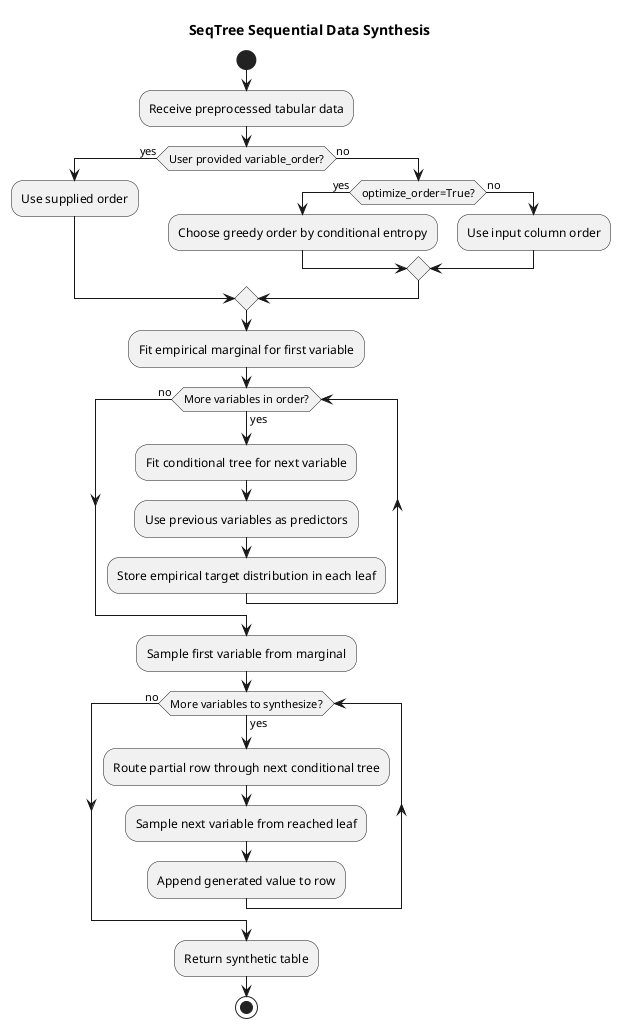
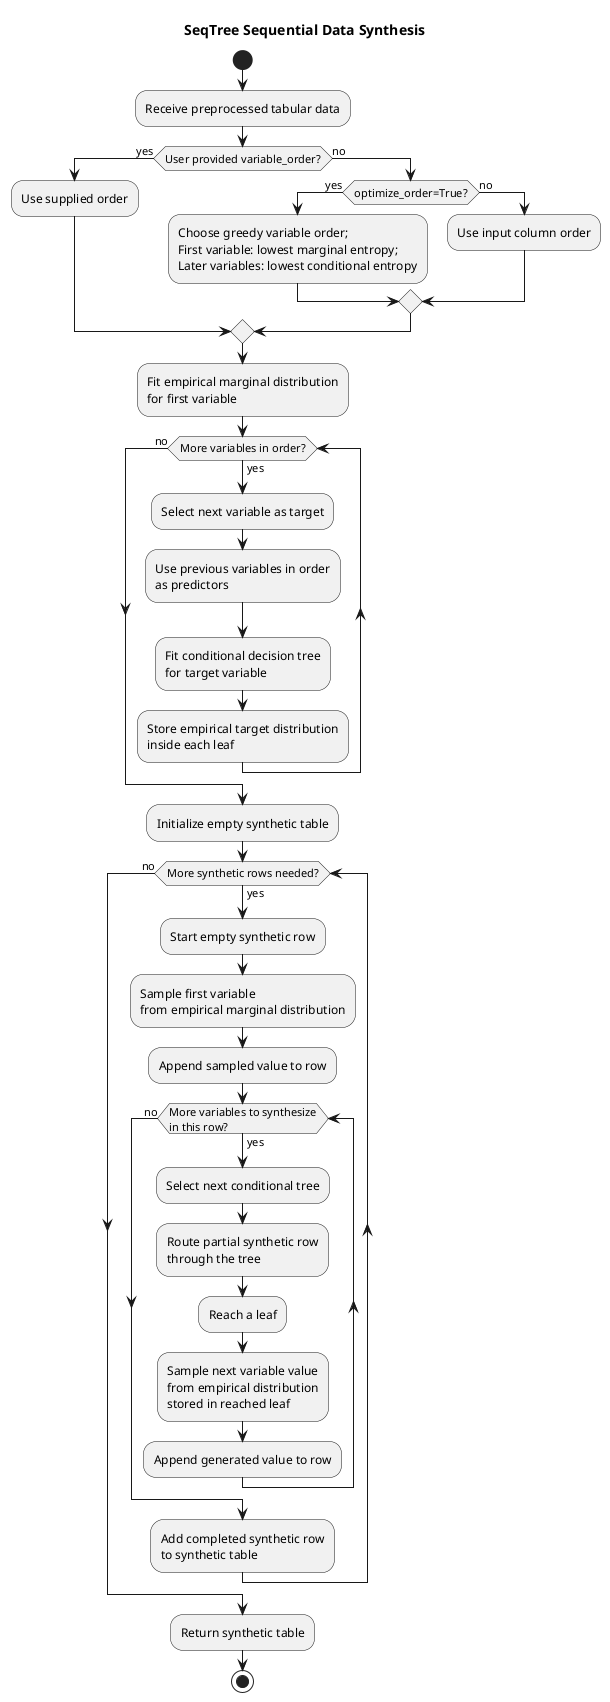
@startuml
title SeqTree Sequential Data Synthesis

start
+ 
:Receive preprocessed tabular data;
+ 
if (User provided variable_order?) then (yes)
  :Use supplied order;
else (no)
  if (optimize_order=True?) then (yes)
-     :Choose greedy order by conditional entropy;
+     :Choose greedy variable order;\nFirst variable: lowest marginal entropy;\nLater variables: lowest conditional entropy;
  else (no)
    :Use input column order;
  endif
endif

- :Fit empirical marginal for first variable;
+ :Fit empirical marginal distribution\nfor first variable;
+ 
while (More variables in order?) is (yes)
-   :Fit conditional tree for next variable;
-   :Use previous variables as predictors;
-   :Store empirical target distribution in each leaf;
+   :Select next variable as target;
+   :Use previous variables in order\nas predictors;
+   :Fit conditional decision tree\nfor target variable;
+   :Store empirical target distribution\ninside each leaf;
endwhile (no)

- :Sample first variable from marginal;
- while (More variables to synthesize?) is (yes)
-   :Route partial row through next conditional tree;
-   :Sample next variable from reached leaf;
-   :Append generated value to row;
+ :Initialize empty synthetic table;
+ 
+ while (More synthetic rows needed?) is (yes)
+   :Start empty synthetic row;
+ 
+   :Sample first variable\nfrom empirical marginal distribution;
+   :Append sampled value to row;
+ 
+   while (More variables to synthesize\nin this row?) is (yes)
+     :Select next conditional tree;
+     :Route partial synthetic row\nthrough the tree;
+     :Reach a leaf;
+     :Sample next variable value\nfrom empirical distribution\nstored in reached leaf;
+     :Append generated value to row;
+   endwhile (no)
+ 
+   :Add completed synthetic row\nto synthetic table;
endwhile (no)
+ 
:Return synthetic table;
+ 
stop
- @enduml
+ 
+ @enduml